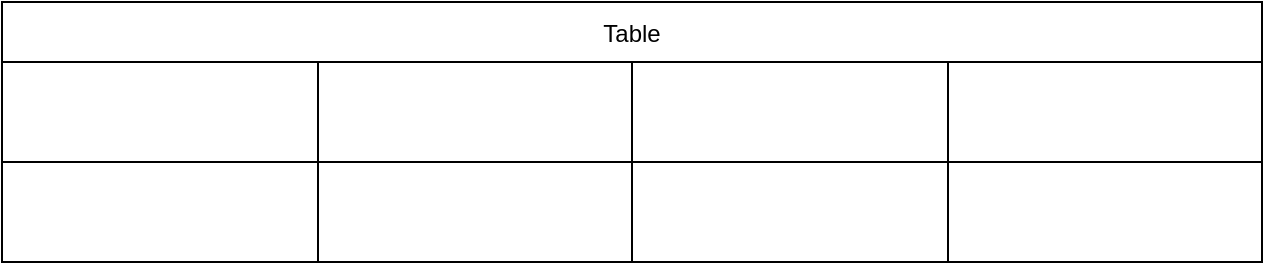
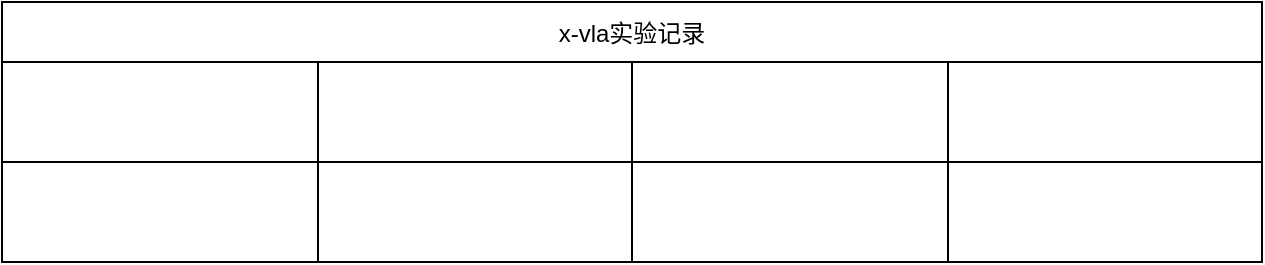
<mxfile host="app.diagrams.net">
  <diagram name="第 1 页" id="bbv3KnApaKkcxtFHJsaO">
    <mxGraphModel dx="1344" dy="764" grid="1" gridSize="10" guides="1" tooltips="1" connect="1" arrows="1" fold="1" page="1" pageScale="1" pageWidth="827" pageHeight="1169" math="0" shadow="0">
      <root>
        <mxCell id="0" />
        <mxCell id="1" parent="0" />
-         <mxCell id="XuZmM4o7l536D6S7MHI1-1" parent="1" style="shape=table;startSize=30;container=1;collapsible=0;childLayout=tableLayout;fixedHeader=1;" value="Table" vertex="1">
+         <mxCell id="XuZmM4o7l536D6S7MHI1-1" parent="1" style="shape=table;startSize=30;container=1;collapsible=0;childLayout=tableLayout;fixedHeader=1;" value="x-vla实验记录" vertex="1">
          <mxGeometry height="130" width="630" x="120" y="120" as="geometry" />
        </mxCell>
        <mxCell id="XuZmM4o7l536D6S7MHI1-2" parent="XuZmM4o7l536D6S7MHI1-1" style="shape=tableRow;horizontal=0;startSize=0;swimlaneHead=0;swimlaneBody=0;strokeColor=inherit;top=0;left=0;bottom=0;right=0;collapsible=0;dropTarget=0;fillColor=none;points=[[0,0.5],[1,0.5]];portConstraint=eastwest;fixedHeader=1;" value="" vertex="1">
          <mxGeometry height="50" width="630" y="30" as="geometry" />
        </mxCell>
        <mxCell id="XuZmM4o7l536D6S7MHI1-3" parent="XuZmM4o7l536D6S7MHI1-2" style="shape=partialRectangle;html=1;whiteSpace=wrap;connectable=0;strokeColor=inherit;overflow=hidden;fillColor=none;top=0;left=0;bottom=0;right=0;pointerEvents=1;" value="" vertex="1">
          <mxGeometry height="50" width="158" as="geometry">
            <mxRectangle height="50" width="158" as="alternateBounds" />
          </mxGeometry>
        </mxCell>
        <mxCell id="XuZmM4o7l536D6S7MHI1-4" parent="XuZmM4o7l536D6S7MHI1-2" style="shape=partialRectangle;html=1;whiteSpace=wrap;connectable=0;strokeColor=inherit;overflow=hidden;fillColor=none;top=0;left=0;bottom=0;right=0;pointerEvents=1;" value="" vertex="1">
          <mxGeometry height="50" width="157" x="158" as="geometry">
            <mxRectangle height="50" width="157" as="alternateBounds" />
          </mxGeometry>
        </mxCell>
        <mxCell id="XuZmM4o7l536D6S7MHI1-5" parent="XuZmM4o7l536D6S7MHI1-2" style="shape=partialRectangle;html=1;whiteSpace=wrap;connectable=0;strokeColor=inherit;overflow=hidden;fillColor=none;top=0;left=0;bottom=0;right=0;pointerEvents=1;" value="" vertex="1">
          <mxGeometry height="50" width="158" x="315" as="geometry">
            <mxRectangle height="50" width="158" as="alternateBounds" />
          </mxGeometry>
        </mxCell>
        <mxCell id="XuZmM4o7l536D6S7MHI1-6" parent="XuZmM4o7l536D6S7MHI1-2" style="shape=partialRectangle;html=1;whiteSpace=wrap;connectable=0;strokeColor=inherit;overflow=hidden;fillColor=none;top=0;left=0;bottom=0;right=0;pointerEvents=1;" value="" vertex="1">
          <mxGeometry height="50" width="157" x="473" as="geometry">
            <mxRectangle height="50" width="157" as="alternateBounds" />
          </mxGeometry>
        </mxCell>
        <mxCell id="XuZmM4o7l536D6S7MHI1-7" parent="XuZmM4o7l536D6S7MHI1-1" style="shape=tableRow;horizontal=0;startSize=0;swimlaneHead=0;swimlaneBody=0;strokeColor=inherit;top=0;left=0;bottom=0;right=0;collapsible=0;dropTarget=0;fillColor=none;points=[[0,0.5],[1,0.5]];portConstraint=eastwest;fixedHeader=1;" value="" vertex="1">
          <mxGeometry height="50" width="630" y="80" as="geometry" />
        </mxCell>
        <mxCell id="XuZmM4o7l536D6S7MHI1-8" parent="XuZmM4o7l536D6S7MHI1-7" style="shape=partialRectangle;html=1;whiteSpace=wrap;connectable=0;strokeColor=inherit;overflow=hidden;fillColor=none;top=0;left=0;bottom=0;right=0;pointerEvents=1;" value="" vertex="1">
          <mxGeometry height="50" width="158" as="geometry">
            <mxRectangle height="50" width="158" as="alternateBounds" />
          </mxGeometry>
        </mxCell>
        <mxCell id="XuZmM4o7l536D6S7MHI1-9" parent="XuZmM4o7l536D6S7MHI1-7" style="shape=partialRectangle;html=1;whiteSpace=wrap;connectable=0;strokeColor=inherit;overflow=hidden;fillColor=none;top=0;left=0;bottom=0;right=0;pointerEvents=1;" value="" vertex="1">
          <mxGeometry height="50" width="157" x="158" as="geometry">
            <mxRectangle height="50" width="157" as="alternateBounds" />
          </mxGeometry>
        </mxCell>
        <mxCell id="XuZmM4o7l536D6S7MHI1-10" parent="XuZmM4o7l536D6S7MHI1-7" style="shape=partialRectangle;html=1;whiteSpace=wrap;connectable=0;strokeColor=inherit;overflow=hidden;fillColor=none;top=0;left=0;bottom=0;right=0;pointerEvents=1;" value="" vertex="1">
          <mxGeometry height="50" width="158" x="315" as="geometry">
            <mxRectangle height="50" width="158" as="alternateBounds" />
          </mxGeometry>
        </mxCell>
        <mxCell id="XuZmM4o7l536D6S7MHI1-11" parent="XuZmM4o7l536D6S7MHI1-7" style="shape=partialRectangle;html=1;whiteSpace=wrap;connectable=0;strokeColor=inherit;overflow=hidden;fillColor=none;top=0;left=0;bottom=0;right=0;pointerEvents=1;" value="" vertex="1">
          <mxGeometry height="50" width="157" x="473" as="geometry">
            <mxRectangle height="50" width="157" as="alternateBounds" />
          </mxGeometry>
        </mxCell>
      </root>
    </mxGraphModel>
  </diagram>
</mxfile>
